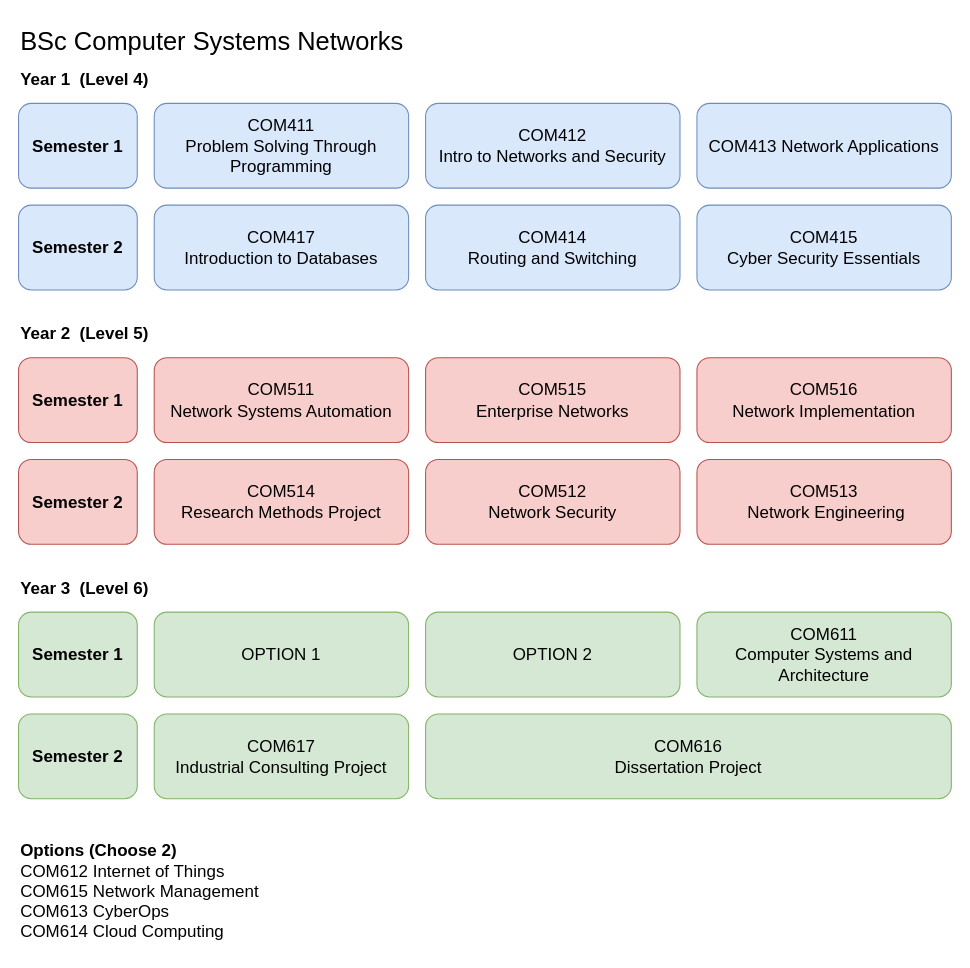
The draw.io diagram page "BSc Computer Systems Networks" (3 of 4) of ALL_UG_2023.drawio in martinsolent/solent_diagrams, before the edit. Source tidied: cells renumbered, new cells numbered last; positions are measured from the earlier drawing's top-left corner, leaving out a move shared by most shapes. Both pictures are drawn from the tidied source at 106%, with x=0, y=0 at pixel (18, 18).
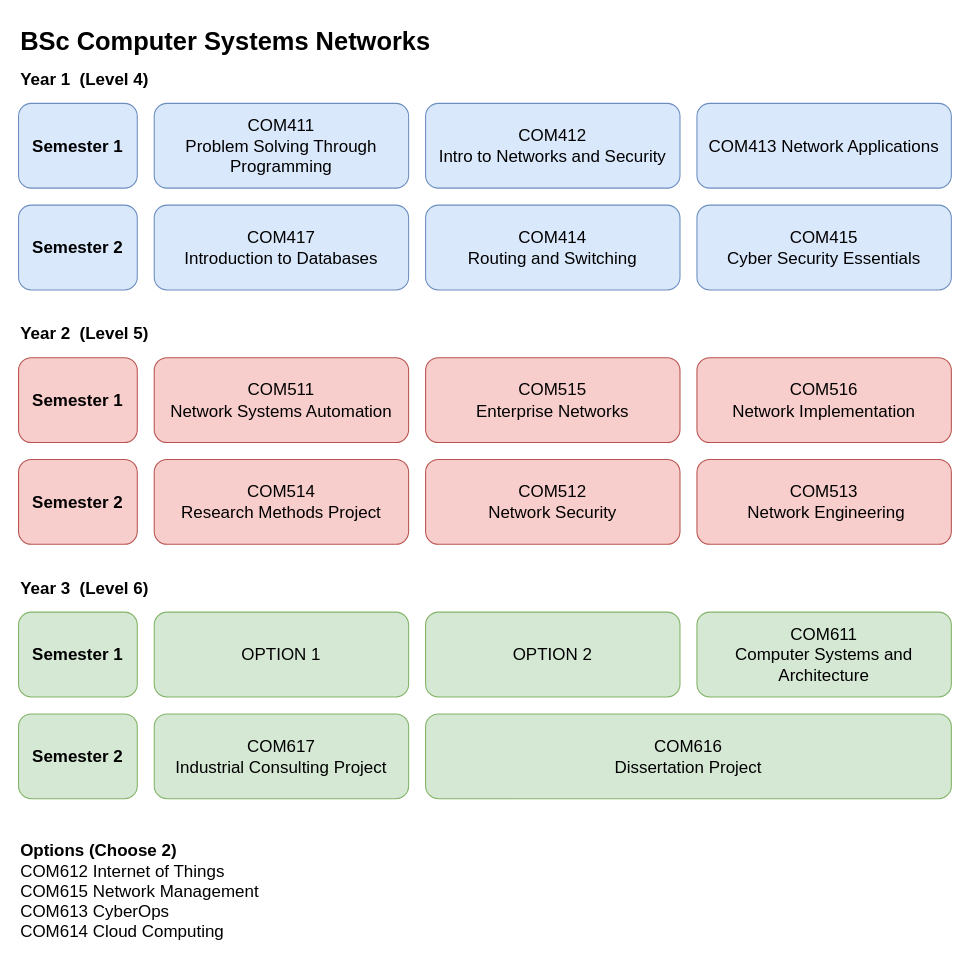
Above is the later version.

Diff of the diagram source:
```diff
@@
-    <mxCell id="10" value="&lt;font style=&quot;font-size: 24px;&quot;&gt;&lt;font style=&quot;font-size: 24px;&quot;&gt;BSc&amp;nbsp;&lt;/font&gt;Computer Systems Networks&lt;/font&gt;" style="text;html=1;align=left;verticalAlign=middle;strokeColor=none;fillColor=none;" parent="1" vertex="1">
-      <mxGeometry width="384" height="44" as="geometry" />
+    <mxCell id="10" value="&lt;font style=&quot;font-size: 24px;&quot;&gt;&lt;b&gt;&lt;font style=&quot;font-size: 24px;&quot;&gt;BSc&amp;nbsp;&lt;/font&gt;Computer Systems Networks&lt;/b&gt;&lt;/font&gt;" style="text;html=1;align=left;verticalAlign=middle;strokeColor=none;fillColor=none;" parent="1" vertex="1">
+      <mxGeometry width="408" height="44" as="geometry" />
     </mxCell>
```
